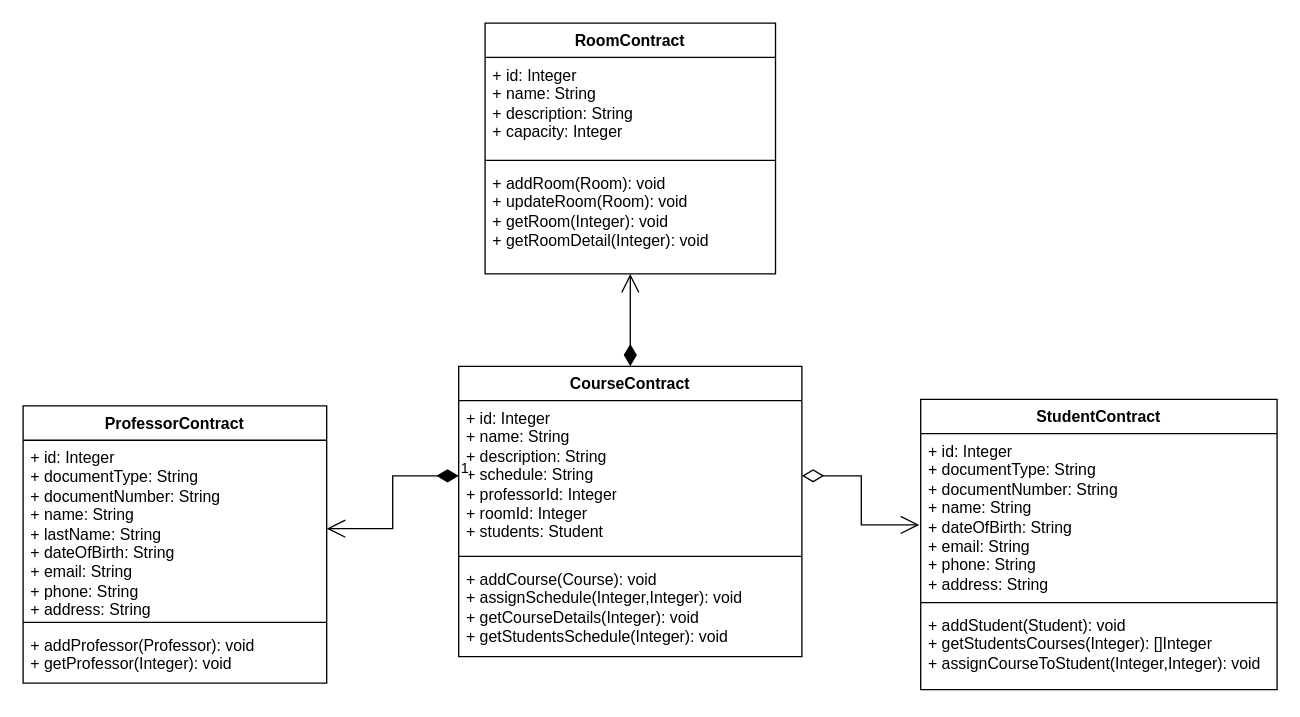
The draw.io diagram diagrams/smart_contracts_diagram.drawio in NicoMartin16/smart-contracts-schedule-udfjc, before the edit. Source tidied: cells renumbered, new cells numbered last; positions are measured from the earlier drawing's top-left corner, leaving out a move shared by most shapes. Both pictures are drawn from the tidied source at 132%, with x=0, y=0 at pixel (22, 22).
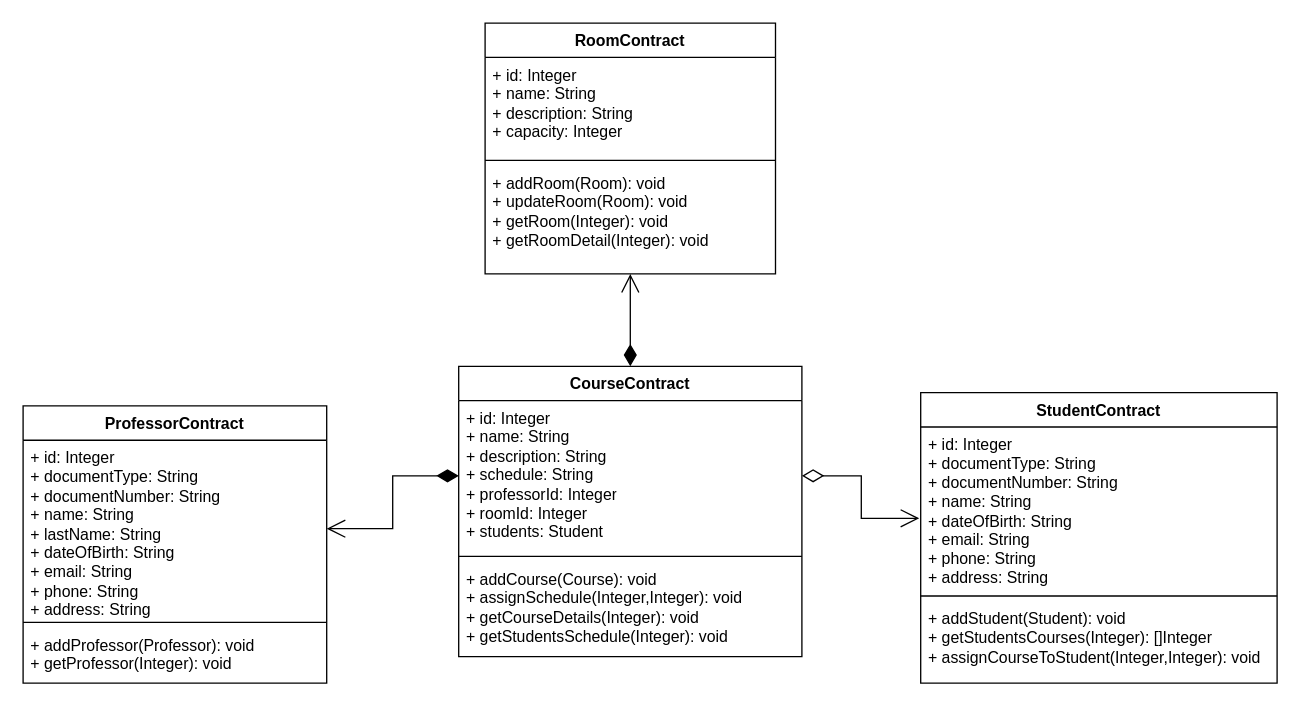
Above is the later version.

Unchanged cells that the change refers to:
```xml
<mxCell id="3" value="+ id: Integer&lt;br&gt;+ name: String&lt;div&gt;+ description: String&lt;br&gt;+ schedule: String&lt;br&gt;+ professorId: Integer&lt;br&gt;+ roomId: Integer&lt;br&gt;+ students: Student&lt;/div&gt;" style="text;strokeColor=none;fillColor=none;align=left;verticalAlign=top;spacingLeft=4;spacingRight=4;overflow=hidden;points=[[0,0.5],[1,0.5]];portConstraint=eastwest;whiteSpace=wrap;html=1;" parent="2" vertex="1">
  <mxGeometry y="26" width="260" height="114" as="geometry" />
</mxCell>
<mxCell id="11" value="+ id: Integer&lt;div&gt;+ documentType: String&lt;br&gt;+ documentNumber: String&lt;br&gt;+ name: String&lt;br&gt;+ lastName: String&lt;br&gt;+ dateOfBirth: String&lt;/div&gt;&lt;div&gt;+ email: String&lt;br&gt;+ phone: String&lt;br&gt;+ address: String&lt;/div&gt;" style="text;strokeColor=none;fillColor=none;align=left;verticalAlign=top;spacingLeft=4;spacingRight=4;overflow=hidden;points=[[0,0.5],[1,0.5]];portConstraint=eastwest;whiteSpace=wrap;html=1;" parent="10" vertex="1">
  <mxGeometry y="26" width="230" height="134" as="geometry" />
</mxCell>
```

The edit, as a diff of the source:
```diff
@@
     <mxCell id="14" value="StudentContract" style="swimlane;fontStyle=1;align=center;verticalAlign=top;horizontal=1;startSize=26;whiteSpace=wrap;html=1;" parent="1" vertex="1">
-      <mxGeometry x="680" y="285" width="270" height="220" as="geometry" />
+      <mxGeometry x="680" y="280" width="270" height="220" as="geometry" />
     </mxCell>
@@
-    <mxCell id="18" value="1" style="endArrow=open;html=1;endSize=12;startArrow=diamondThin;startSize=14;startFill=1;edgeStyle=orthogonalEdgeStyle;align=left;verticalAlign=bottom;rounded=0;exitX=0;exitY=0.5;exitDx=0;exitDy=0;entryX=1;entryY=0.5;entryDx=0;entryDy=0;" parent="1" edge="1" source="3" target="11">
+    <mxCell id="18" style="endArrow=open;html=1;endSize=12;startArrow=diamondThin;startSize=14;startFill=1;edgeStyle=orthogonalEdgeStyle;align=left;verticalAlign=bottom;rounded=0;exitX=0;exitY=0.5;exitDx=0;exitDy=0;entryX=1;entryY=0.5;entryDx=0;entryDy=0;" parent="1" edge="1" source="3" target="11">
       <mxGeometry x="-1" y="3" relative="1" as="geometry" />
     </mxCell>
```
